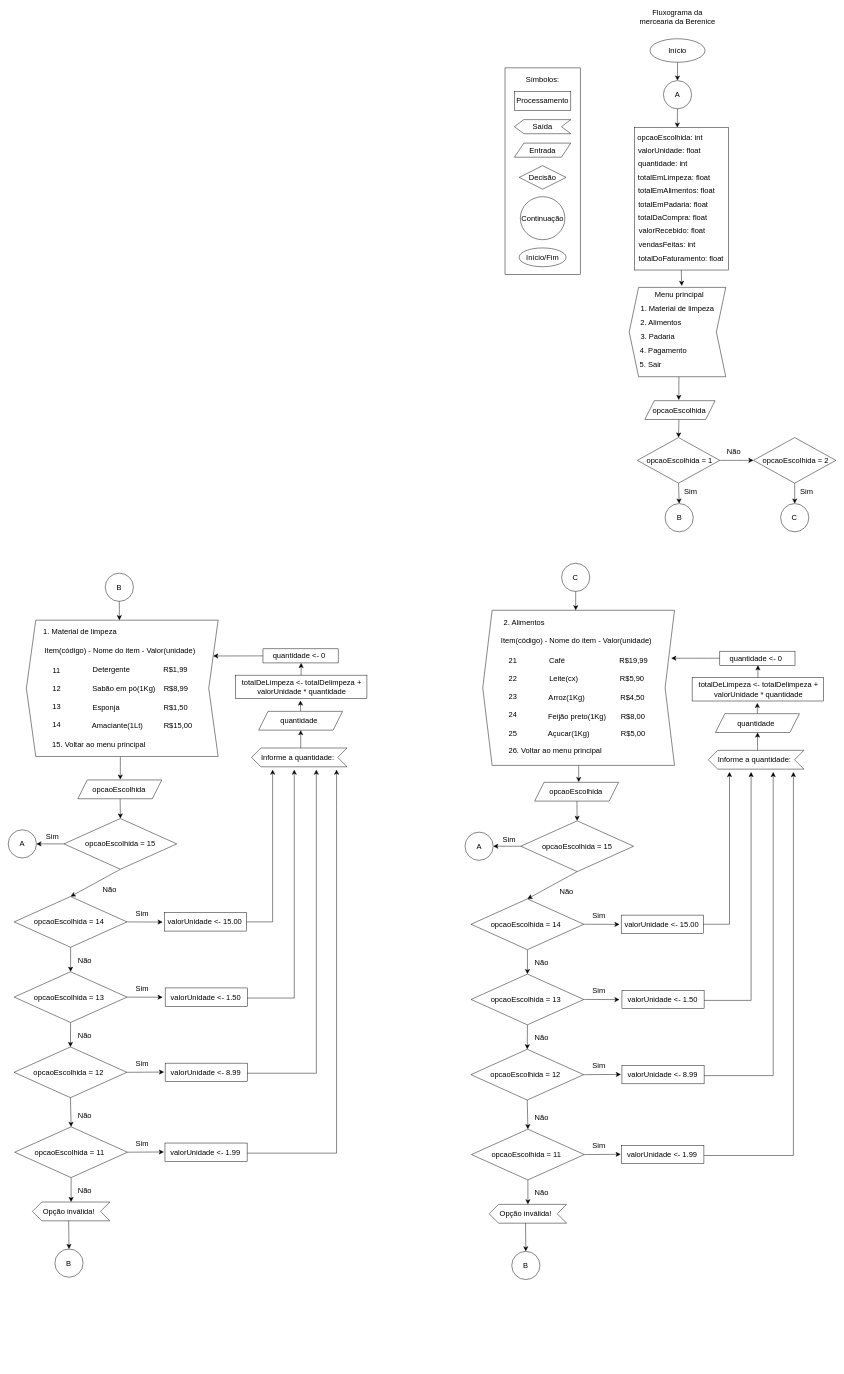
Above: docs/berenice-flowchart.drawio in gabrielruizmb/berenice-grocery (draw.io), before the change. Source tidied: cells renumbered, new cells numbered last; positions are measured from the earlier drawing's top-left corner, leaving out a move shared by most shapes. Both pictures are drawn from the tidied source at 47%, with x=0, y=0 at pixel (8, 10).
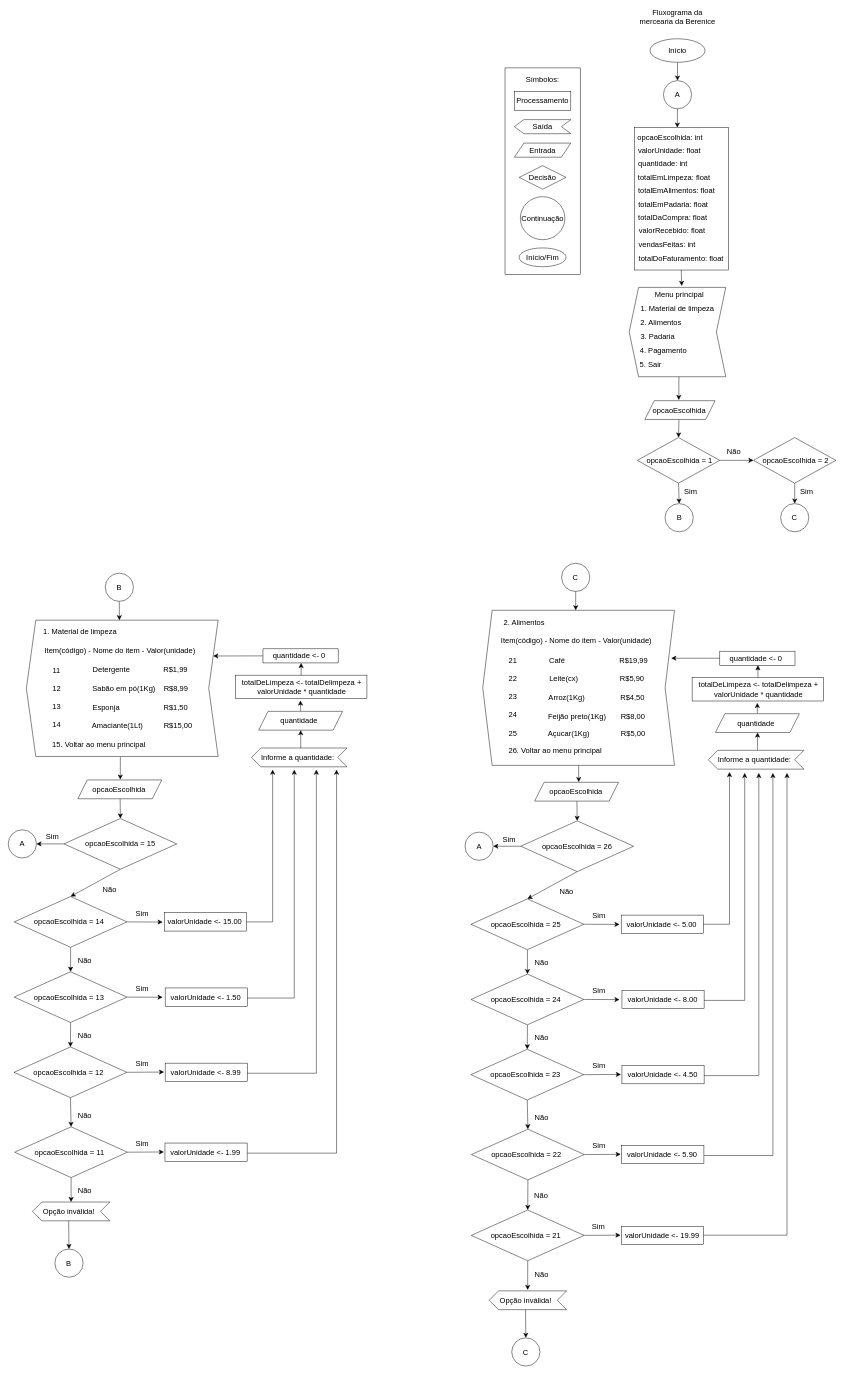
After the change.

Unchanged cells that the change refers to:
```xml
<mxCell id="180" style="rhombus;whiteSpace=wrap;html=1;" parent="1" vertex="1">
  <mxGeometry x="985.7" y="2381" width="240" height="108" as="geometry" />
</mxCell>
```

The edit, as a diff of the source:
```diff
@@
-    <mxCell id="153" value="opcaoEscolhida = 15" style="text;strokeColor=none;fillColor=none;html=1;align=center;verticalAlign=middle;whiteSpace=wrap;rounded=0;fontSize=16;" parent="1" vertex="1">
+    <mxCell id="153" value="opcaoEscolhida = 26" style="text;strokeColor=none;fillColor=none;html=1;align=center;verticalAlign=middle;whiteSpace=wrap;rounded=0;fontSize=16;" parent="1" vertex="1">
       <mxGeometry x="1114" y="1764" width="193.2" height="30" as="geometry" />
     </mxCell>
@@
-    <mxCell id="157" value="opcaoEscolhida = 14" style="text;strokeColor=none;fillColor=none;html=1;align=center;verticalAlign=middle;whiteSpace=wrap;rounded=0;fontSize=16;" parent="1" vertex="1">
+    <mxCell id="157" value="opcaoEscolhida = 25" style="text;strokeColor=none;fillColor=none;html=1;align=center;verticalAlign=middle;whiteSpace=wrap;rounded=0;fontSize=16;" parent="1" vertex="1">
       <mxGeometry x="1004.7" y="1930" width="193.2" height="30" as="geometry" />
     </mxCell>
@@
-    <mxCell id="164" value="valorUnidade &amp;lt;- 15.00" style="text;strokeColor=none;fillColor=none;html=1;align=center;verticalAlign=middle;whiteSpace=wrap;rounded=0;fontSize=16;" parent="1" vertex="1">
+    <mxCell id="164" value="valorUnidade &amp;lt;- 5.00" style="text;strokeColor=none;fillColor=none;html=1;align=center;verticalAlign=middle;whiteSpace=wrap;rounded=0;fontSize=16;" parent="1" vertex="1">
       <mxGeometry x="1301.9" y="1929.5" width="176.6" height="30" as="geometry" />
     </mxCell>
@@
-    <mxCell id="169" value="opcaoEscolhida = 13" style="text;strokeColor=none;fillColor=none;html=1;align=center;verticalAlign=middle;whiteSpace=wrap;rounded=0;fontSize=16;" parent="1" vertex="1">
+    <mxCell id="169" value="opcaoEscolhida = 24" style="text;strokeColor=none;fillColor=none;html=1;align=center;verticalAlign=middle;whiteSpace=wrap;rounded=0;fontSize=16;" parent="1" vertex="1">
       <mxGeometry x="1004.7" y="2090" width="193.2" height="30" as="geometry" />
     </mxCell>
-    <mxCell id="170" value="valorUnidade &amp;lt;- 1.50" style="text;strokeColor=none;fillColor=none;html=1;align=center;verticalAlign=middle;whiteSpace=wrap;rounded=0;fontSize=16;" parent="1" vertex="1">
+    <mxCell id="170" value="valorUnidade &amp;lt;- 8.00" style="text;strokeColor=none;fillColor=none;html=1;align=center;verticalAlign=middle;whiteSpace=wrap;rounded=0;fontSize=16;" parent="1" vertex="1">
       <mxGeometry x="1303.6" y="2089.5" width="176.6" height="30" as="geometry" />
     </mxCell>
@@
-    <mxCell id="175" value="opcaoEscolhida = 12" style="text;strokeColor=none;fillColor=none;html=1;align=center;verticalAlign=middle;whiteSpace=wrap;rounded=0;fontSize=16;" parent="1" vertex="1">
+    <mxCell id="175" value="opcaoEscolhida = 23" style="text;strokeColor=none;fillColor=none;html=1;align=center;verticalAlign=middle;whiteSpace=wrap;rounded=0;fontSize=16;" parent="1" vertex="1">
       <mxGeometry x="1004.3" y="2250" width="193.2" height="30" as="geometry" />
     </mxCell>
-    <mxCell id="176" value="valorUnidade &amp;lt;- 8.99" style="text;strokeColor=none;fillColor=none;html=1;align=center;verticalAlign=middle;whiteSpace=wrap;rounded=0;fontSize=16;" parent="1" vertex="1">
+    <mxCell id="176" value="valorUnidade &amp;lt;- 4.50" style="text;strokeColor=none;fillColor=none;html=1;align=center;verticalAlign=middle;whiteSpace=wrap;rounded=0;fontSize=16;" parent="1" vertex="1">
       <mxGeometry x="1303.6" y="2249.5" width="176.6" height="30" as="geometry" />
     </mxCell>
@@
-    <mxCell id="179" style="edgeStyle=none;curved=1;rounded=0;jettySize=auto;html=1;exitX=0.5;exitY=1;exitDx=0;exitDy=0;entryX=0.5;entryY=1;entryDx=0;entryDy=0;fontSize=12;startSize=8;endSize=8;" parent="1" edge="1" source="180" target="194">
-      <mxGeometry relative="1" as="geometry" />
-    </mxCell>
+    <mxCell id="215" style="edgeStyle=none;curved=1;rounded=0;jettySize=auto;html=1;exitX=0.5;exitY=1;exitDx=0;exitDy=0;entryX=0.5;entryY=0;entryDx=0;entryDy=0;fontSize=12;startSize=8;endSize=8;" parent="1" edge="1" source="180" target="219">
+      <mxGeometry relative="1" as="geometry" />
+    </mxCell>
@@
-    <mxCell id="181" value="opcaoEscolhida = 11" style="text;strokeColor=none;fillColor=none;html=1;align=center;verticalAlign=middle;whiteSpace=wrap;rounded=0;fontSize=16;" parent="1" vertex="1">
+    <mxCell id="181" value="opcaoEscolhida = 22" style="text;strokeColor=none;fillColor=none;html=1;align=center;verticalAlign=middle;whiteSpace=wrap;rounded=0;fontSize=16;" parent="1" vertex="1">
       <mxGeometry x="1005.7" y="2420" width="193.2" height="30" as="geometry" />
     </mxCell>
-    <mxCell id="182" value="valorUnidade &amp;lt;- 1.99" style="text;strokeColor=none;fillColor=none;html=1;align=center;verticalAlign=middle;whiteSpace=wrap;rounded=0;fontSize=16;" parent="1" vertex="1">
+    <mxCell id="182" value="valorUnidade &amp;lt;- 5.90" style="text;strokeColor=none;fillColor=none;html=1;align=center;verticalAlign=middle;whiteSpace=wrap;rounded=0;fontSize=16;" parent="1" vertex="1">
       <mxGeometry x="1303.2" y="2419.5" width="176.6" height="30" as="geometry" />
     </mxCell>
     <mxCell id="183" style="edgeStyle=orthogonalEdgeStyle;rounded=0;orthogonalLoop=1;jettySize=auto;html=1;exitX=1;exitY=0.5;exitDx=0;exitDy=0;fontSize=12;startSize=8;endSize=8;" parent="1" edge="1">
       <mxGeometry relative="1" as="geometry">
         <mxPoint x="1480.6" y="2107" as="sourcePoint" />
-        <mxPoint x="1580.6" y="1621" as="targetPoint" />
+        <mxPoint x="1567" y="1623" as="targetPoint" />
         <Array as="points">
-          <mxPoint x="1580.6" y="2107" />
-          <mxPoint x="1580.6" y="1621" />
+          <mxPoint x="1567" y="2107" />
         </Array>
       </mxGeometry>
     </mxCell>
     <mxCell id="184" style="edgeStyle=orthogonalEdgeStyle;rounded=0;orthogonalLoop=1;jettySize=auto;html=1;fontSize=12;startSize=8;endSize=8;" parent="1" edge="1">
       <mxGeometry relative="1" as="geometry">
         <mxPoint x="1480.6" y="2267" as="sourcePoint" />
-        <mxPoint x="1627.6" y="1621" as="targetPoint" />
+        <mxPoint x="1597" y="1623" as="targetPoint" />
         <Array as="points">
-          <mxPoint x="1627.6" y="2267" />
-          <mxPoint x="1627.6" y="1781" />
+          <mxPoint x="1597" y="2267" />
+          <mxPoint x="1597" y="1663" />
         </Array>
       </mxGeometry>
     </mxCell>
     <mxCell id="185" style="edgeStyle=orthogonalEdgeStyle;rounded=0;orthogonalLoop=1;jettySize=auto;html=1;exitX=1;exitY=0.5;exitDx=0;exitDy=0;fontSize=12;startSize=8;endSize=8;" parent="1" edge="1">
       <mxGeometry relative="1" as="geometry">
         <mxPoint x="1480.6" y="2437" as="sourcePoint" />
-        <mxPoint x="1670.6" y="1621" as="targetPoint" />
+        <mxPoint x="1627" y="1623" as="targetPoint" />
         <Array as="points">
-          <mxPoint x="1670.6" y="2437" />
-          <mxPoint x="1670.6" y="1701" />
+          <mxPoint x="1627" y="2437" />
+          <mxPoint x="1627" y="1643" />
         </Array>
       </mxGeometry>
     </mxCell>
@@
     <mxCell id="194" style="shape=step;perimeter=stepPerimeter;whiteSpace=wrap;html=1;fixedSize=1;direction=west;" parent="1" vertex="1">
-      <mxGeometry x="1023.3" y="2541" width="164.8" height="40" as="geometry" />
+      <mxGeometry x="1023.3" y="2725" width="164.8" height="40" as="geometry" />
     </mxCell>
     <mxCell id="195" style="edgeStyle=none;curved=1;rounded=0;jettySize=auto;html=1;fontSize=12;startSize=8;endSize=8;" parent="1" edge="1" target="198">
       <mxGeometry relative="1" as="geometry">
-        <mxPoint x="1100.6" y="2581" as="sourcePoint" />
+        <mxPoint x="1100.6" y="2765" as="sourcePoint" />
       </mxGeometry>
     </mxCell>
     <mxCell id="196" value="Opção inválida!" style="text;strokeColor=none;fillColor=none;html=1;align=center;verticalAlign=middle;whiteSpace=wrap;rounded=0;fontSize=16;" parent="1" vertex="1">
-      <mxGeometry x="1035.9" y="2546" width="130" height="30" as="geometry" />
+      <mxGeometry x="1035.9" y="2730" width="130" height="30" as="geometry" />
     </mxCell>
     <mxCell id="197" value="Não" style="text;strokeColor=none;fillColor=none;html=1;align=center;verticalAlign=middle;whiteSpace=wrap;rounded=0;fontSize=16;" parent="1" vertex="1">
-      <mxGeometry x="1104.8" y="2501" width="60" height="30" as="geometry" />
+      <mxGeometry x="1104.8" y="2676" width="60" height="30" as="geometry" />
     </mxCell>
     <mxCell id="198" style="ellipse;whiteSpace=wrap;html=1;" parent="1" vertex="1">
-      <mxGeometry x="1071.3" y="2641" width="60" height="60" as="geometry" />
+      <mxGeometry x="1071.3" y="2825" width="60" height="60" as="geometry" />
     </mxCell>
-    <mxCell id="199" value="B" style="text;strokeColor=none;fillColor=none;html=1;align=center;verticalAlign=middle;whiteSpace=wrap;rounded=0;fontSize=16;" parent="1" vertex="1">
-      <mxGeometry x="1071.3" y="2656" width="60" height="30" as="geometry" />
+    <mxCell id="199" value="C" style="text;strokeColor=none;fillColor=none;html=1;align=center;verticalAlign=middle;whiteSpace=wrap;rounded=0;fontSize=16;" parent="1" vertex="1">
+      <mxGeometry x="1071.3" y="2840" width="60" height="30" as="geometry" />
     </mxCell>
@@
+    <mxCell id="216" style="rounded=0;whiteSpace=wrap;html=1;" parent="1" vertex="1">
+      <mxGeometry x="1305" y="2587.5" width="174.8" height="39" as="geometry" />
+    </mxCell>
+    <mxCell id="217" style="edgeStyle=none;curved=1;rounded=0;jettySize=auto;html=1;exitX=1;exitY=0.5;exitDx=0;exitDy=0;entryX=0;entryY=0.5;entryDx=0;entryDy=0;fontSize=12;startSize=8;endSize=8;" parent="1" edge="1" source="219" target="222">
+      <mxGeometry relative="1" as="geometry" />
+    </mxCell>
+    <mxCell id="218" style="edgeStyle=none;curved=1;rounded=0;jettySize=auto;html=1;exitX=0.5;exitY=1;exitDx=0;exitDy=0;fontSize=12;startSize=8;endSize=8;" parent="1" edge="1" source="219">
+      <mxGeometry relative="1" as="geometry">
+        <mxPoint x="1105.2" y="2723" as="targetPoint" />
+      </mxGeometry>
+    </mxCell>
+    <mxCell id="219" style="rhombus;whiteSpace=wrap;html=1;" parent="1" vertex="1">
+      <mxGeometry x="985.3" y="2553" width="240" height="108" as="geometry" />
+    </mxCell>
+    <mxCell id="220" value="opcaoEscolhida = 21" style="text;strokeColor=none;fillColor=none;html=1;align=center;verticalAlign=middle;whiteSpace=wrap;rounded=0;fontSize=16;" parent="1" vertex="1">
+      <mxGeometry x="1005.3" y="2592" width="193.2" height="30" as="geometry" />
+    </mxCell>
+    <mxCell id="221" style="edgeStyle=orthogonalEdgeStyle;rounded=0;jettySize=auto;html=1;fontSize=12;startSize=8;endSize=8;" parent="1" edge="1" source="222">
+      <mxGeometry relative="1" as="geometry">
+        <mxPoint x="1657" y="1623" as="targetPoint" />
+        <Array as="points">
+          <mxPoint x="1657" y="2606" />
+          <mxPoint x="1657" y="1623" />
+        </Array>
+      </mxGeometry>
+    </mxCell>
+    <mxCell id="222" value="valorUnidade &amp;lt;- 19.99" style="text;strokeColor=none;fillColor=none;html=1;align=center;verticalAlign=middle;whiteSpace=wrap;rounded=0;fontSize=16;" parent="1" vertex="1">
+      <mxGeometry x="1302.8" y="2591.5" width="176.6" height="30" as="geometry" />
+    </mxCell>
+    <mxCell id="223" value="Sim" style="text;strokeColor=none;fillColor=none;html=1;align=center;verticalAlign=middle;whiteSpace=wrap;rounded=0;fontSize=16;" parent="1" vertex="1">
+      <mxGeometry x="1226.3" y="2573" width="60" height="30" as="geometry" />
+    </mxCell>
+    <mxCell id="224" value="Não" style="text;strokeColor=none;fillColor=none;html=1;align=center;verticalAlign=middle;whiteSpace=wrap;rounded=0;fontSize=16;" parent="1" vertex="1">
+      <mxGeometry x="1103.8" y="2506" width="60" height="30" as="geometry" />
+    </mxCell>
```
